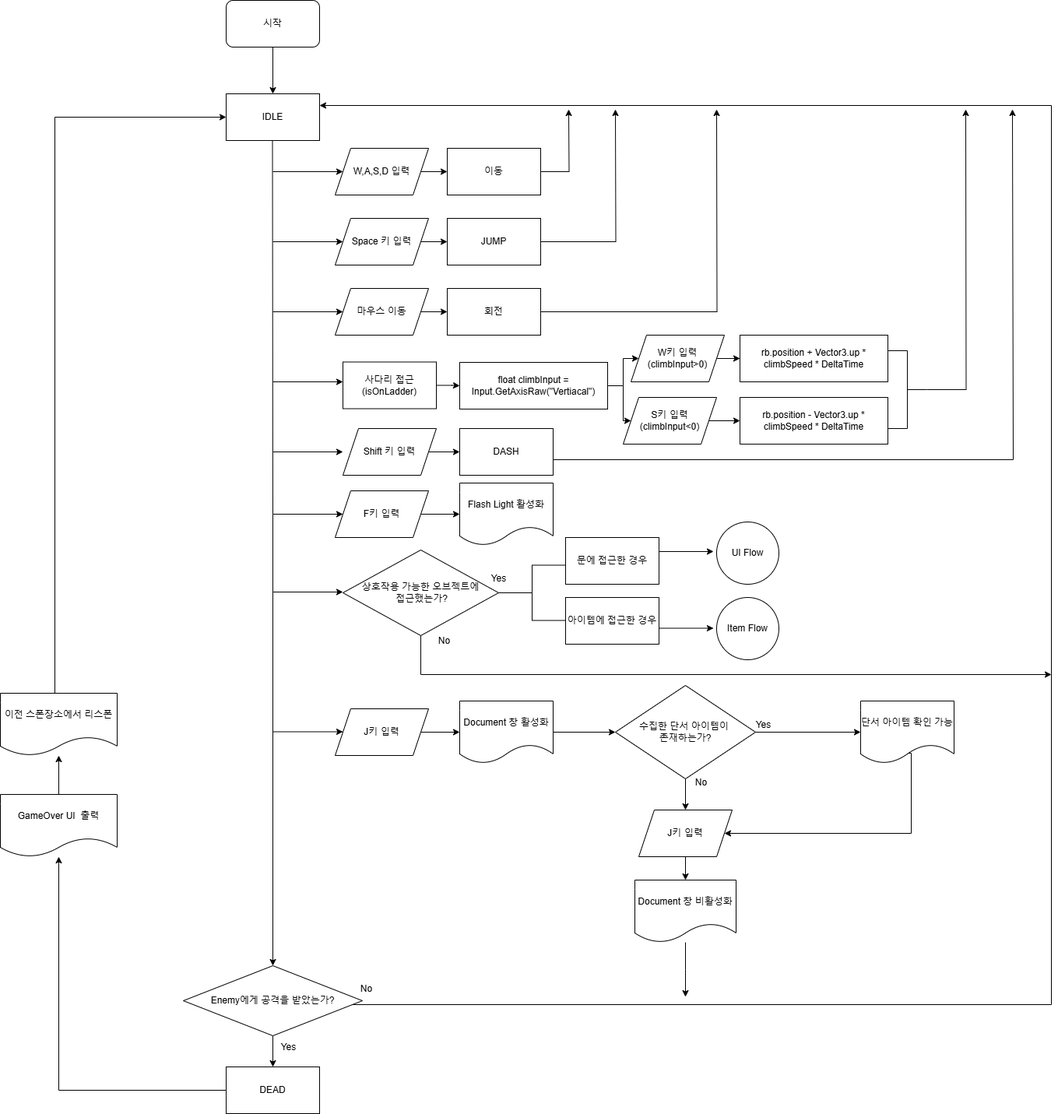
shin0624/Studio_Chosun_Heresis keeps this draw.io diagram as FlowChart/PlayerFlow.drawio.png. Above is the earlier version. Source tidied: cells renumbered, new cells last; positions are measured from the earlier drawing's top-left corner, leaving out a move shared by most shapes.
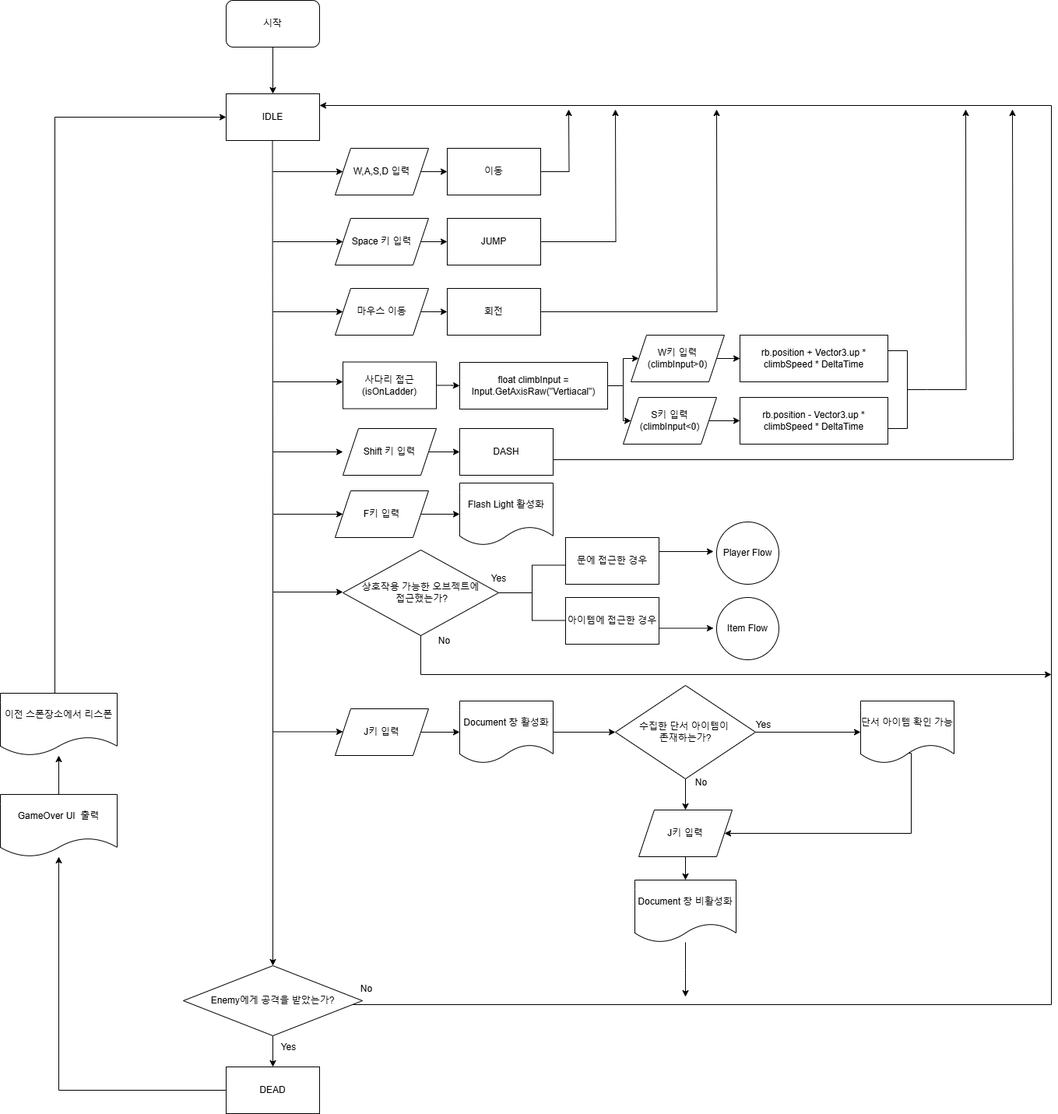
After the change.

Commit message:
플레이어 플로우차트

The edit, as a diff of the source:
```diff
@@ -233,7 +233,7 @@
     <mxCell id="61" value="문에 접근한 경우" style="rounded=0;whiteSpace=wrap;html=1;" parent="1" vertex="1">
       <mxGeometry x="726" y="690" width="120" height="60" as="geometry" />
     </mxCell>
-    <mxCell id="62" value="UI Flow" style="ellipse;whiteSpace=wrap;html=1;" parent="1" vertex="1">
+    <mxCell id="62" value="Player Flow" style="ellipse;whiteSpace=wrap;html=1;" parent="1" vertex="1">
       <mxGeometry x="920" y="670" width="80" height="80" as="geometry" />
     </mxCell>
     <mxCell id="63" value="아이템에 접근한 경우" style="rounded=0;whiteSpace=wrap;html=1;" parent="1" vertex="1">
```
